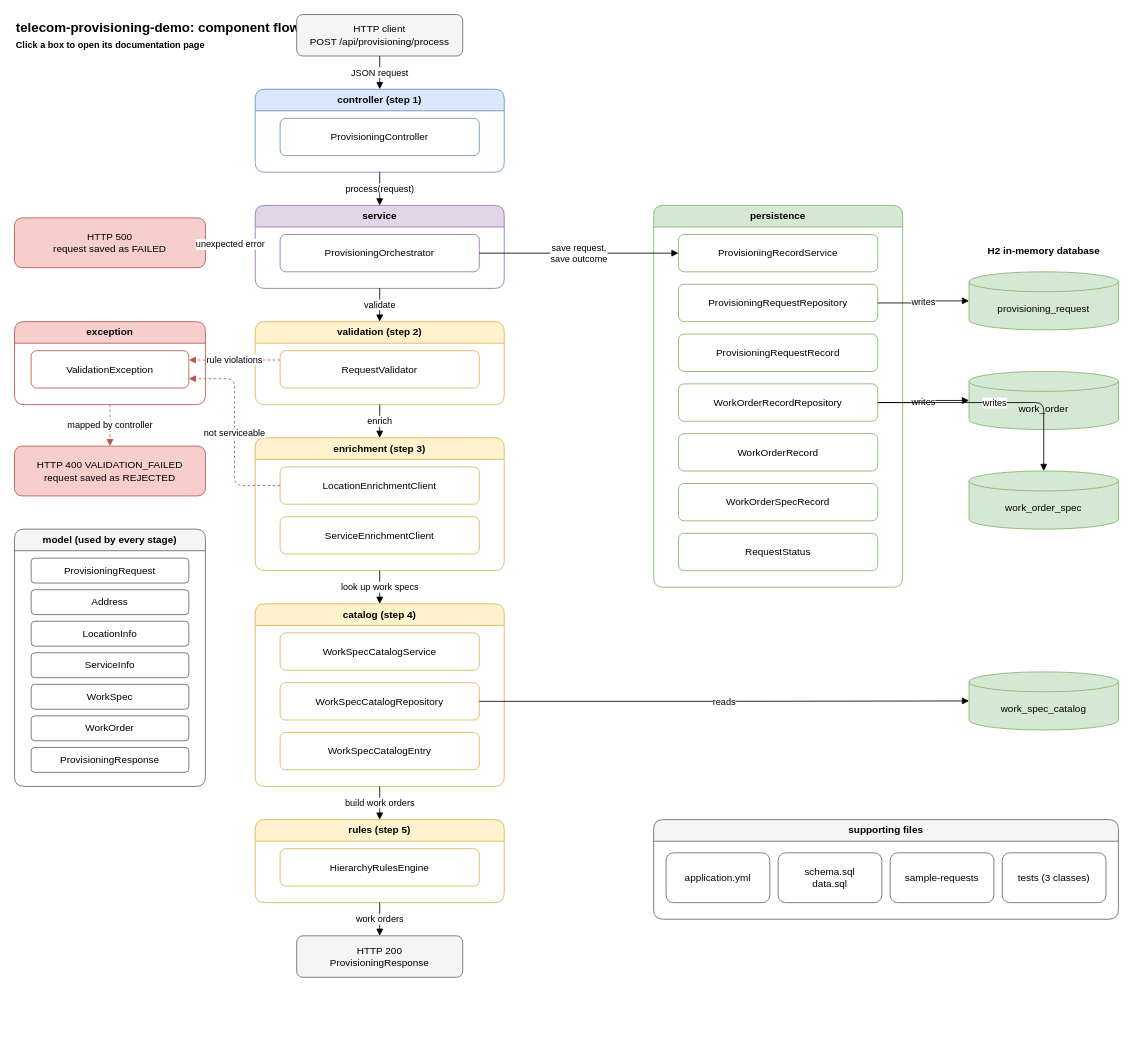
Above: docs/architecture-flow.drawio in shreyasvs1/telecom-provisioning-demo (draw.io), before the change. Source tidied: cells renumbered, new cells numbered last; positions are measured from the earlier drawing's top-left corner, leaving out a move shared by most shapes. Both pictures are drawn from the tidied source at 83%, with x=0, y=0 at pixel (14, 14).
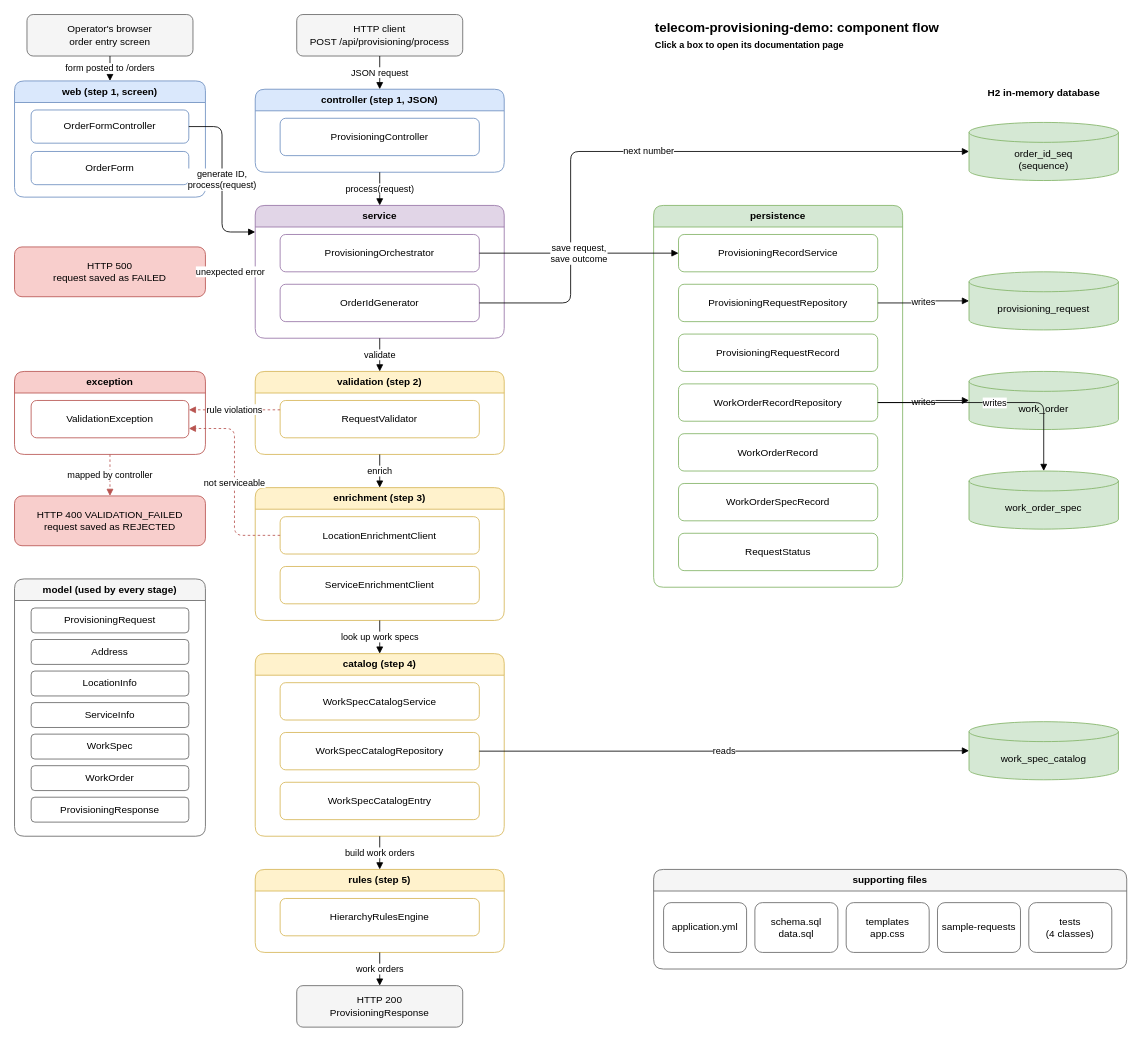
Above is the later version.

Commit message:
Add the order entry screen to the component flow diagram.

Unchanged cells that the change refers to:
```xml
<mxCell id="7" value="ProvisioningOrchestrator" style="rounded=1;whiteSpace=wrap;html=1;fillColor=#ffffff;strokeColor=#9673a6;fontColor=#000000;" parent="6" vertex="1">
  <mxGeometry x="30" y="35" width="240" height="45" as="geometry" />
</mxCell>
<mxCell id="9" value="RequestValidator" style="rounded=1;whiteSpace=wrap;html=1;fillColor=#ffffff;strokeColor=#d6b656;fontColor=#000000;" parent="8" vertex="1">
  <mxGeometry x="30" y="35" width="240" height="45" as="geometry" />
</mxCell>
<mxCell id="11" value="LocationEnrichmentClient" style="rounded=1;whiteSpace=wrap;html=1;fillColor=#ffffff;strokeColor=#d6b656;fontColor=#000000;" parent="10" vertex="1">
  <mxGeometry x="30" y="35" width="240" height="45" as="geometry" />
</mxCell>
<mxCell id="15" value="WorkSpecCatalogRepository" style="rounded=1;whiteSpace=wrap;html=1;fillColor=#ffffff;strokeColor=#d6b656;fontColor=#000000;" parent="13" vertex="1">
  <mxGeometry x="30" y="95" width="240" height="45" as="geometry" />
</mxCell>
<mxCell id="22" value="ValidationException" style="rounded=1;whiteSpace=wrap;html=1;fillColor=#ffffff;strokeColor=#b85450;fontColor=#000000;" parent="21" vertex="1">
  <mxGeometry x="20" y="35" width="190" height="45" as="geometry" />
</mxCell>
<mxCell id="33" value="ProvisioningRecordService" style="rounded=1;whiteSpace=wrap;html=1;fillColor=#ffffff;strokeColor=#82b366;fontColor=#000000;" parent="32" vertex="1">
  <mxGeometry x="30" y="35" width="240" height="45" as="geometry" />
</mxCell>
<mxCell id="34" value="ProvisioningRequestRepository" style="rounded=1;whiteSpace=wrap;html=1;fillColor=#ffffff;strokeColor=#82b366;fontColor=#000000;" parent="32" vertex="1">
  <mxGeometry x="30" y="95" width="240" height="45" as="geometry" />
</mxCell>
<mxCell id="36" value="WorkOrderRecordRepository" style="rounded=1;whiteSpace=wrap;html=1;fillColor=#ffffff;strokeColor=#82b366;fontColor=#000000;" parent="32" vertex="1">
  <mxGeometry x="30" y="215" width="240" height="45" as="geometry" />
</mxCell>
<mxCell id="41" value="provisioning_request" style="shape=cylinder3;whiteSpace=wrap;html=1;boundedLbl=1;backgroundOutline=1;size=12;fillColor=#d5e8d4;strokeColor=#82b366;fontColor=#000000;" parent="1" vertex="1">
  <mxGeometry x="1150" y="310" width="180" height="70" as="geometry" />
</mxCell>
<mxCell id="42" value="work_order" style="shape=cylinder3;whiteSpace=wrap;html=1;boundedLbl=1;backgroundOutline=1;size=12;fillColor=#d5e8d4;strokeColor=#82b366;fontColor=#000000;" parent="1" vertex="1">
  <mxGeometry x="1150" y="430" width="180" height="70" as="geometry" />
</mxCell>
<mxCell id="43" value="work_order_spec" style="shape=cylinder3;whiteSpace=wrap;html=1;boundedLbl=1;backgroundOutline=1;size=12;fillColor=#d5e8d4;strokeColor=#82b366;fontColor=#000000;" parent="1" vertex="1">
  <mxGeometry x="1150" y="550" width="180" height="70" as="geometry" />
</mxCell>
```

The edit, as a diff of the source:
```diff
@@
     <mxCell id="2" value="telecom-provisioning-demo: component flow&lt;br&gt;&lt;font style=&quot;font-size: 11px&quot;&gt;Click a box to open its documentation page&lt;/font&gt;" style="text;html=1;align=left;verticalAlign=middle;fontSize=16;fontStyle=1;" parent="1" vertex="1">
-      <mxGeometry width="300" height="50" as="geometry" />
+      <mxGeometry x="770" width="420" height="50" as="geometry" />
     </mxCell>
@@
+    <mxCell id="66" value="Operator's browser&lt;br&gt;order entry screen" style="rounded=1;whiteSpace=wrap;html=1;fillColor=#f5f5f5;strokeColor=#666666;fontColor=#000000;" parent="1" vertex="1">
+      <mxGeometry x="15" width="200" height="50" as="geometry" />
+    </mxCell>
+    <mxCell id="67" value="web (step 1, screen)" style="swimlane;whiteSpace=wrap;html=1;startSize=26;rounded=1;fontStyle=1;fillColor=#dae8fc;strokeColor=#6c8ebf;" parent="1" vertex="1">
+      <mxGeometry y="80" width="230" height="140" as="geometry" />
+    </mxCell>
+    <mxCell id="68" value="OrderFormController" style="rounded=1;whiteSpace=wrap;html=1;fillColor=#ffffff;strokeColor=#6c8ebf;fontColor=#000000;" parent="67" vertex="1">
+      <mxGeometry x="20" y="35" width="190" height="40" as="geometry" />
+    </mxCell>
+    <mxCell id="69" value="OrderForm" style="rounded=1;whiteSpace=wrap;html=1;fillColor=#ffffff;strokeColor=#6c8ebf;fontColor=#000000;" parent="67" vertex="1">
+      <mxGeometry x="20" y="85" width="190" height="40" as="geometry" />
+    </mxCell>
-    <mxCell id="4" value="controller (step 1)" style="swimlane;whiteSpace=wrap;html=1;startSize=26;rounded=1;fontStyle=1;fillColor=#dae8fc;strokeColor=#6c8ebf;" parent="1" vertex="1">
+    <mxCell id="4" value="controller (step 1, JSON)" style="swimlane;whiteSpace=wrap;html=1;startSize=26;rounded=1;fontStyle=1;fillColor=#dae8fc;strokeColor=#6c8ebf;" parent="1" vertex="1">
       <mxGeometry x="290" y="90" width="300" height="100" as="geometry" />
     </mxCell>
@@
     <mxCell id="6" value="service" style="swimlane;whiteSpace=wrap;html=1;startSize=26;rounded=1;fontStyle=1;fillColor=#e1d5e7;strokeColor=#9673a6;" parent="1" vertex="1">
-      <mxGeometry x="290" y="230" width="300" height="100" as="geometry" />
+      <mxGeometry x="290" y="230" width="300" height="160" as="geometry" />
     </mxCell>
@@
+    <mxCell id="70" value="OrderIdGenerator" style="rounded=1;whiteSpace=wrap;html=1;fillColor=#ffffff;strokeColor=#9673a6;fontColor=#000000;" parent="6" vertex="1">
+      <mxGeometry x="30" y="95" width="240" height="45" as="geometry" />
+    </mxCell>
     <mxCell id="8" value="validation (step 2)" style="swimlane;whiteSpace=wrap;html=1;startSize=26;rounded=1;fontStyle=1;fillColor=#fff2cc;strokeColor=#d6b656;" parent="1" vertex="1">
-      <mxGeometry x="290" y="370" width="300" height="100" as="geometry" />
+      <mxGeometry x="290" y="430" width="300" height="100" as="geometry" />
     </mxCell>
@@
     <mxCell id="10" value="enrichment (step 3)" style="swimlane;whiteSpace=wrap;html=1;startSize=26;rounded=1;fontStyle=1;fillColor=#fff2cc;strokeColor=#d6b656;" parent="1" vertex="1">
-      <mxGeometry x="290" y="510" width="300" height="160" as="geometry" />
+      <mxGeometry x="290" y="570" width="300" height="160" as="geometry" />
     </mxCell>
@@
     <mxCell id="13" value="catalog (step 4)" style="swimlane;whiteSpace=wrap;html=1;startSize=26;rounded=1;fontStyle=1;fillColor=#fff2cc;strokeColor=#d6b656;" parent="1" vertex="1">
-      <mxGeometry x="290" y="710" width="300" height="220" as="geometry" />
+      <mxGeometry x="290" y="770" width="300" height="220" as="geometry" />
     </mxCell>
@@
     <mxCell id="17" value="rules (step 5)" style="swimlane;whiteSpace=wrap;html=1;startSize=26;rounded=1;fontStyle=1;fillColor=#fff2cc;strokeColor=#d6b656;" parent="1" vertex="1">
-      <mxGeometry x="290" y="970" width="300" height="100" as="geometry" />
+      <mxGeometry x="290" y="1030" width="300" height="100" as="geometry" />
     </mxCell>
@@
     <mxCell id="19" value="HTTP 200&lt;br&gt;ProvisioningResponse" style="rounded=1;whiteSpace=wrap;html=1;fillColor=#f5f5f5;strokeColor=#666666;fontColor=#000000;" parent="1" vertex="1">
-      <mxGeometry x="340" y="1110" width="200" height="50" as="geometry" />
+      <mxGeometry x="340" y="1170" width="200" height="50" as="geometry" />
     </mxCell>
     <mxCell id="20" value="HTTP 500&lt;br&gt;request saved as FAILED" style="rounded=1;whiteSpace=wrap;html=1;fillColor=#f8cecc;strokeColor=#b85450;fontColor=#000000;" parent="1" vertex="1">
-      <mxGeometry y="245" width="230" height="60" as="geometry" />
+      <mxGeometry y="280" width="230" height="60" as="geometry" />
     </mxCell>
     <mxCell id="21" value="exception" style="swimlane;whiteSpace=wrap;html=1;startSize=26;rounded=1;fontStyle=1;fillColor=#f8cecc;strokeColor=#b85450;" parent="1" vertex="1">
-      <mxGeometry y="370" width="230" height="100" as="geometry" />
+      <mxGeometry y="430" width="230" height="100" as="geometry" />
     </mxCell>
@@
     <mxCell id="23" value="HTTP 400 VALIDATION_FAILED&lt;br&gt;request saved as REJECTED" style="rounded=1;whiteSpace=wrap;html=1;fillColor=#f8cecc;strokeColor=#b85450;fontColor=#000000;" parent="1" vertex="1">
-      <mxGeometry y="520" width="230" height="60" as="geometry" />
+      <mxGeometry y="580" width="230" height="60" as="geometry" />
     </mxCell>
     <mxCell id="24" value="model (used by every stage)" style="swimlane;whiteSpace=wrap;html=1;startSize=26;rounded=1;fontStyle=1;fillColor=#f5f5f5;strokeColor=#666666;" parent="1" vertex="1">
-      <mxGeometry y="620" width="230" height="310" as="geometry" />
+      <mxGeometry y="680" width="230" height="310" as="geometry" />
     </mxCell>
@@
     <mxCell id="40" value="H2 in-memory database" style="text;html=1;align=center;verticalAlign=middle;fontStyle=1;" parent="1" vertex="1">
-      <mxGeometry x="1150" y="270" width="180" height="30" as="geometry" />
+      <mxGeometry x="1150" y="80" width="180" height="30" as="geometry" />
     </mxCell>
+    <mxCell id="71" value="order_id_seq&lt;br&gt;(sequence)" style="shape=cylinder3;whiteSpace=wrap;html=1;boundedLbl=1;backgroundOutline=1;size=12;fillColor=#d5e8d4;strokeColor=#82b366;fontColor=#000000;" parent="1" vertex="1">
+      <mxGeometry x="1150" y="130" width="180" height="70" as="geometry" />
+    </mxCell>
@@
     <mxCell id="44" value="work_spec_catalog" style="shape=cylinder3;whiteSpace=wrap;html=1;boundedLbl=1;backgroundOutline=1;size=12;fillColor=#d5e8d4;strokeColor=#82b366;fontColor=#000000;" parent="1" vertex="1">
-      <mxGeometry x="1150" y="792" width="180" height="70" as="geometry" />
+      <mxGeometry x="1150" y="852" width="180" height="70" as="geometry" />
     </mxCell>
     <mxCell id="45" value="supporting files" style="swimlane;whiteSpace=wrap;html=1;startSize=26;rounded=1;fontStyle=1;fillColor=#f5f5f5;strokeColor=#666666;" parent="1" vertex="1">
-      <mxGeometry x="770" y="970" width="560" height="120" as="geometry" />
+      <mxGeometry x="770" y="1030" width="570" height="120" as="geometry" />
     </mxCell>
     <mxCell id="46" value="application.yml" style="rounded=1;whiteSpace=wrap;html=1;fillColor=#ffffff;strokeColor=#666666;fontColor=#000000;" parent="45" vertex="1">
-      <mxGeometry x="15" y="40" width="125" height="60" as="geometry" />
+      <mxGeometry x="12" y="40" width="100" height="60" as="geometry" />
     </mxCell>
     <mxCell id="47" value="schema.sql&lt;br&gt;data.sql" style="rounded=1;whiteSpace=wrap;html=1;fillColor=#ffffff;strokeColor=#666666;fontColor=#000000;" parent="45" vertex="1">
-      <mxGeometry x="150" y="40" width="125" height="60" as="geometry" />
+      <mxGeometry x="122" y="40" width="100" height="60" as="geometry" />
     </mxCell>
+    <mxCell id="72" value="templates&lt;br&gt;app.css" style="rounded=1;whiteSpace=wrap;html=1;fillColor=#ffffff;strokeColor=#666666;fontColor=#000000;" parent="45" vertex="1">
+      <mxGeometry x="232" y="40" width="100" height="60" as="geometry" />
+    </mxCell>
     <mxCell id="48" value="sample-requests" style="rounded=1;whiteSpace=wrap;html=1;fillColor=#ffffff;strokeColor=#666666;fontColor=#000000;" parent="45" vertex="1">
-      <mxGeometry x="285" y="40" width="125" height="60" as="geometry" />
+      <mxGeometry x="342" y="40" width="100" height="60" as="geometry" />
     </mxCell>
-    <mxCell id="49" value="tests (3 classes)" style="rounded=1;whiteSpace=wrap;html=1;fillColor=#ffffff;strokeColor=#666666;fontColor=#000000;" parent="45" vertex="1">
-      <mxGeometry x="420" y="40" width="125" height="60" as="geometry" />
+    <mxCell id="49" value="tests&lt;br&gt;(4 classes)" style="rounded=1;whiteSpace=wrap;html=1;fillColor=#ffffff;strokeColor=#666666;fontColor=#000000;" parent="45" vertex="1">
+      <mxGeometry x="452" y="40" width="100" height="60" as="geometry" />
     </mxCell>
@@
-    <mxCell id="51" value="process(request)" style="edgeStyle=orthogonalEdgeStyle;rounded=1;html=1;endArrow=block;endFill=1;labelBackgroundColor=#ffffff;" parent="1" edge="1" source="4" target="6">
+    <mxCell id="51" value="form posted to /orders" style="edgeStyle=orthogonalEdgeStyle;rounded=1;html=1;endArrow=block;endFill=1;labelBackgroundColor=#ffffff;" parent="1" edge="1" source="66" target="67">
       <mxGeometry relative="1" as="geometry" />
     </mxCell>
-    <mxCell id="52" value="validate" style="edgeStyle=orthogonalEdgeStyle;rounded=1;html=1;endArrow=block;endFill=1;labelBackgroundColor=#ffffff;" parent="1" edge="1" source="6" target="8">
+    <mxCell id="52" value="generate ID,&lt;br&gt;process(request)" style="edgeStyle=orthogonalEdgeStyle;rounded=1;html=1;endArrow=block;endFill=1;labelBackgroundColor=#ffffff;exitX=1;exitY=0.5;entryX=0;entryY=0.2;" parent="1" edge="1" source="68" target="6">
       <mxGeometry relative="1" as="geometry" />
     </mxCell>
-    <mxCell id="53" value="enrich" style="edgeStyle=orthogonalEdgeStyle;rounded=1;html=1;endArrow=block;endFill=1;labelBackgroundColor=#ffffff;" parent="1" edge="1" source="8" target="10">
-      <mxGeometry relative="1" as="geometry" />
+    <mxCell id="53" value="next number" style="edgeStyle=orthogonalEdgeStyle;rounded=1;html=1;endArrow=block;endFill=1;labelBackgroundColor=#ffffff;exitX=1;exitY=0.5;entryX=0;entryY=0.5;" parent="1" edge="1" source="70" target="71">
+      <mxGeometry relative="1" as="geometry">
+        <Array as="points">
+          <mxPoint x="670" y="347" />
+          <mxPoint x="670" y="165" />
+        </Array>
+      </mxGeometry>
     </mxCell>
-    <mxCell id="54" value="look up work specs" style="edgeStyle=orthogonalEdgeStyle;rounded=1;html=1;endArrow=block;endFill=1;labelBackgroundColor=#ffffff;" parent="1" edge="1" source="10" target="13">
+    <mxCell id="54" value="process(request)" style="edgeStyle=orthogonalEdgeStyle;rounded=1;html=1;endArrow=block;endFill=1;labelBackgroundColor=#ffffff;" parent="1" edge="1" source="4" target="6">
       <mxGeometry relative="1" as="geometry" />
     </mxCell>
-    <mxCell id="55" value="build work orders" style="edgeStyle=orthogonalEdgeStyle;rounded=1;html=1;endArrow=block;endFill=1;labelBackgroundColor=#ffffff;" parent="1" edge="1" source="13" target="17">
+    <mxCell id="55" value="validate" style="edgeStyle=orthogonalEdgeStyle;rounded=1;html=1;endArrow=block;endFill=1;labelBackgroundColor=#ffffff;" parent="1" edge="1" source="6" target="8">
       <mxGeometry relative="1" as="geometry" />
     </mxCell>
-    <mxCell id="56" value="work orders" style="edgeStyle=orthogonalEdgeStyle;rounded=1;html=1;endArrow=block;endFill=1;labelBackgroundColor=#ffffff;" parent="1" edge="1" source="17" target="19">
+    <mxCell id="56" value="enrich" style="edgeStyle=orthogonalEdgeStyle;rounded=1;html=1;endArrow=block;endFill=1;labelBackgroundColor=#ffffff;" parent="1" edge="1" source="8" target="10">
       <mxGeometry relative="1" as="geometry" />
     </mxCell>
-    <mxCell id="57" value="save request,&lt;br&gt;save outcome" style="edgeStyle=orthogonalEdgeStyle;rounded=1;html=1;endArrow=block;endFill=1;labelBackgroundColor=#ffffff;" parent="1" edge="1" source="7" target="33">
+    <mxCell id="57" value="look up work specs" style="edgeStyle=orthogonalEdgeStyle;rounded=1;html=1;endArrow=block;endFill=1;labelBackgroundColor=#ffffff;" parent="1" edge="1" source="10" target="13">
       <mxGeometry relative="1" as="geometry" />
     </mxCell>
-    <mxCell id="58" value="writes" style="edgeStyle=orthogonalEdgeStyle;rounded=1;html=1;endArrow=block;endFill=1;labelBackgroundColor=#ffffff;" parent="1" edge="1" source="34" target="41">
+    <mxCell id="58" value="build work orders" style="edgeStyle=orthogonalEdgeStyle;rounded=1;html=1;endArrow=block;endFill=1;labelBackgroundColor=#ffffff;" parent="1" edge="1" source="13" target="17">
       <mxGeometry relative="1" as="geometry" />
     </mxCell>
-    <mxCell id="59" value="writes" style="edgeStyle=orthogonalEdgeStyle;rounded=1;html=1;endArrow=block;endFill=1;labelBackgroundColor=#ffffff;" parent="1" edge="1" source="36" target="42">
+    <mxCell id="59" value="work orders" style="edgeStyle=orthogonalEdgeStyle;rounded=1;html=1;endArrow=block;endFill=1;labelBackgroundColor=#ffffff;" parent="1" edge="1" source="17" target="19">
       <mxGeometry relative="1" as="geometry" />
     </mxCell>
-    <mxCell id="60" value="writes" style="edgeStyle=orthogonalEdgeStyle;rounded=1;html=1;endArrow=block;endFill=1;labelBackgroundColor=#ffffff;" parent="1" edge="1" source="36" target="43">
+    <mxCell id="60" value="save request,&lt;br&gt;save outcome" style="edgeStyle=orthogonalEdgeStyle;rounded=1;html=1;endArrow=block;endFill=1;labelBackgroundColor=#ffffff;" parent="1" edge="1" source="7" target="33">
       <mxGeometry relative="1" as="geometry" />
     </mxCell>
-    <mxCell id="61" value="reads" style="edgeStyle=orthogonalEdgeStyle;rounded=1;html=1;endArrow=block;endFill=1;labelBackgroundColor=#ffffff;" parent="1" edge="1" source="15" target="44">
+    <mxCell id="61" value="writes" style="edgeStyle=orthogonalEdgeStyle;rounded=1;html=1;endArrow=block;endFill=1;labelBackgroundColor=#ffffff;" parent="1" edge="1" source="34" target="41">
       <mxGeometry relative="1" as="geometry" />
     </mxCell>
-    <mxCell id="62" value="unexpected error" style="edgeStyle=orthogonalEdgeStyle;rounded=1;html=1;endArrow=block;endFill=1;labelBackgroundColor=#ffffff;strokeColor=#b85450;dashed=1;" parent="1" edge="1" source="6" target="20">
+    <mxCell id="62" value="writes" style="edgeStyle=orthogonalEdgeStyle;rounded=1;html=1;endArrow=block;endFill=1;labelBackgroundColor=#ffffff;" parent="1" edge="1" source="36" target="42">
       <mxGeometry relative="1" as="geometry" />
     </mxCell>
-    <mxCell id="63" value="rule violations" style="edgeStyle=orthogonalEdgeStyle;rounded=1;html=1;endArrow=block;endFill=1;labelBackgroundColor=#ffffff;strokeColor=#b85450;dashed=1;exitX=0;exitY=0.25;entryX=1;entryY=0.25;" parent="1" edge="1" source="9" target="22">
+    <mxCell id="63" value="writes" style="edgeStyle=orthogonalEdgeStyle;rounded=1;html=1;endArrow=block;endFill=1;labelBackgroundColor=#ffffff;" parent="1" edge="1" source="36" target="43">
       <mxGeometry relative="1" as="geometry" />
     </mxCell>
-    <mxCell id="64" value="not serviceable" style="edgeStyle=orthogonalEdgeStyle;rounded=1;html=1;endArrow=block;endFill=1;labelBackgroundColor=#ffffff;strokeColor=#b85450;dashed=1;exitX=0;exitY=0.5;entryX=1;entryY=0.75;" parent="1" edge="1" source="11" target="22">
+    <mxCell id="64" value="reads" style="edgeStyle=orthogonalEdgeStyle;rounded=1;html=1;endArrow=block;endFill=1;labelBackgroundColor=#ffffff;" parent="1" edge="1" source="15" target="44">
       <mxGeometry relative="1" as="geometry" />
     </mxCell>
-    <mxCell id="65" value="mapped by controller" style="edgeStyle=orthogonalEdgeStyle;rounded=1;html=1;endArrow=block;endFill=1;labelBackgroundColor=#ffffff;strokeColor=#b85450;dashed=1;" parent="1" edge="1" source="21" target="23">
+    <mxCell id="65" value="unexpected error" style="edgeStyle=orthogonalEdgeStyle;rounded=1;html=1;endArrow=block;endFill=1;labelBackgroundColor=#ffffff;strokeColor=#b85450;dashed=1;" parent="1" edge="1" source="6" target="20">
       <mxGeometry relative="1" as="geometry" />
     </mxCell>
+    <mxCell id="73" value="rule violations" style="edgeStyle=orthogonalEdgeStyle;rounded=1;html=1;endArrow=block;endFill=1;labelBackgroundColor=#ffffff;strokeColor=#b85450;dashed=1;exitX=0;exitY=0.25;entryX=1;entryY=0.25;" parent="1" edge="1" source="9" target="22">
+      <mxGeometry relative="1" as="geometry" />
+    </mxCell>
+    <mxCell id="74" value="not serviceable" style="edgeStyle=orthogonalEdgeStyle;rounded=1;html=1;endArrow=block;endFill=1;labelBackgroundColor=#ffffff;strokeColor=#b85450;dashed=1;exitX=0;exitY=0.5;entryX=1;entryY=0.75;" parent="1" edge="1" source="11" target="22">
+      <mxGeometry relative="1" as="geometry" />
+    </mxCell>
+    <mxCell id="75" value="mapped by controller" style="edgeStyle=orthogonalEdgeStyle;rounded=1;html=1;endArrow=block;endFill=1;labelBackgroundColor=#ffffff;strokeColor=#b85450;dashed=1;" parent="1" edge="1" source="21" target="23">
+      <mxGeometry relative="1" as="geometry" />
+    </mxCell>
```
